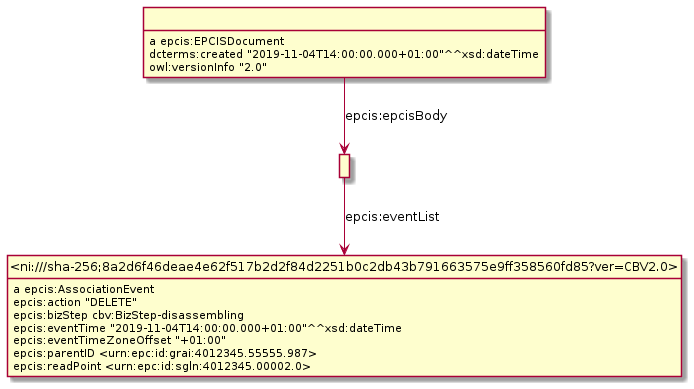
Before: Diagrams/AssociationEvent/AssociationEvent-d.png, a diagram exported from PlantUML (gs1/EPCIS).
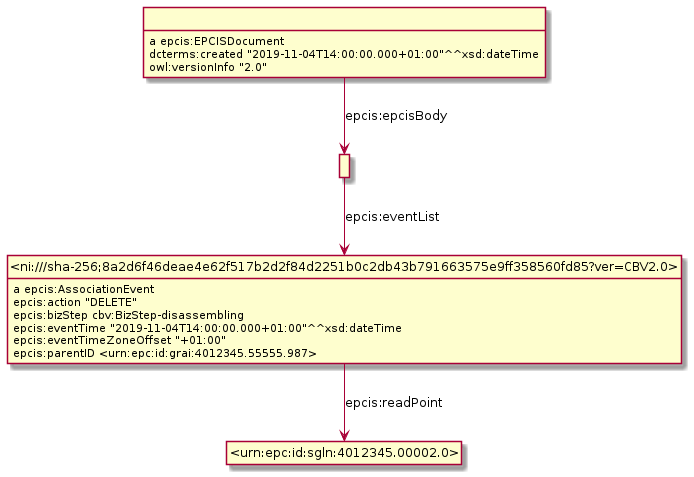
After the change.

Change to the diagram source:
```diff
@@ -3,19 +3,20 @@
 hide empty attributes
 hide circle
 skinparam classAttributeIconSize 0
-class _r1631889726r0_ as " "
-_r1631889726r0_ : a epcis:EPCISDocument
-class _r1631889726r1_ as " "
-_r1631889726r0_ -down-> _r1631889726r1_ : epcis:epcisBody
-_r1631889726r0_ : dcterms:created "2019-11-04T14:00:00.000+01:00"^^xsd:dateTime
-_r1631889726r0_ : owl:versionInfo "2.0"
+class _r1632232176r1_ as " "
 class _ni_sha_256_8a2d6f46deae4e62f517b2d2f84d2251b0c2db43b791663575e9ff358560fd85_ver_CBV2_0_ as "<ni:///sha-256;8a2d6f46deae4e62f517b2d2f84d2251b0c2db43b791663575e9ff358560fd85?ver=CBV2.0>"
-_r1631889726r1_ -down-> _ni_sha_256_8a2d6f46deae4e62f517b2d2f84d2251b0c2db43b791663575e9ff358560fd85_ver_CBV2_0_ : epcis:eventList
+_r1632232176r1_ -down-> _ni_sha_256_8a2d6f46deae4e62f517b2d2f84d2251b0c2db43b791663575e9ff358560fd85_ver_CBV2_0_ : epcis:eventList
+class _r1632232176r0_ as " "
+_r1632232176r0_ : a epcis:EPCISDocument
+_r1632232176r0_ -down-> _r1632232176r1_ : epcis:epcisBody
+_r1632232176r0_ : dcterms:created "2019-11-04T14:00:00.000+01:00"^^xsd:dateTime
+_r1632232176r0_ : owl:versionInfo "2.0"
 _ni_sha_256_8a2d6f46deae4e62f517b2d2f84d2251b0c2db43b791663575e9ff358560fd85_ver_CBV2_0_ : a epcis:AssociationEvent
+class _urn_epc_id_sgln_4012345_00002_0_ as "<urn:epc:id:sgln:4012345.00002.0>"
+_ni_sha_256_8a2d6f46deae4e62f517b2d2f84d2251b0c2db43b791663575e9ff358560fd85_ver_CBV2_0_ -down-> _urn_epc_id_sgln_4012345_00002_0_ : epcis:readPoint
 _ni_sha_256_8a2d6f46deae4e62f517b2d2f84d2251b0c2db43b791663575e9ff358560fd85_ver_CBV2_0_ : epcis:action "DELETE"
 _ni_sha_256_8a2d6f46deae4e62f517b2d2f84d2251b0c2db43b791663575e9ff358560fd85_ver_CBV2_0_ : epcis:bizStep cbv:BizStep-disassembling
 _ni_sha_256_8a2d6f46deae4e62f517b2d2f84d2251b0c2db43b791663575e9ff358560fd85_ver_CBV2_0_ : epcis:eventTime "2019-11-04T14:00:00.000+01:00"^^xsd:dateTime
 _ni_sha_256_8a2d6f46deae4e62f517b2d2f84d2251b0c2db43b791663575e9ff358560fd85_ver_CBV2_0_ : epcis:eventTimeZoneOffset "+01:00"
 _ni_sha_256_8a2d6f46deae4e62f517b2d2f84d2251b0c2db43b791663575e9ff358560fd85_ver_CBV2_0_ : epcis:parentID <urn:epc:id:grai:4012345.55555.987>
-_ni_sha_256_8a2d6f46deae4e62f517b2d2f84d2251b0c2db43b791663575e9ff358560fd85_ver_CBV2_0_ : epcis:readPoint <urn:epc:id:sgln:4012345.00002.0>
 @enduml
```
